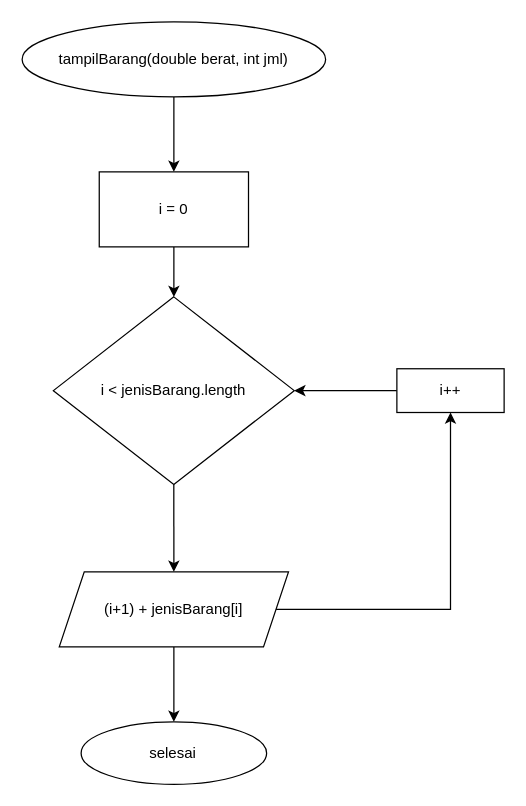
This is page "tampil" (2 of 3) of fiturBarang().drawio from Diaputr/tugas-besar, a draw.io file, before an edit. Source tidied: cells renumbered, new cells numbered last; positions are measured from the earlier drawing's top-left corner, leaving out a move shared by most shapes. Both pictures are drawn from the tidied source at 125%, with x=0, y=0 at pixel (21, 21).
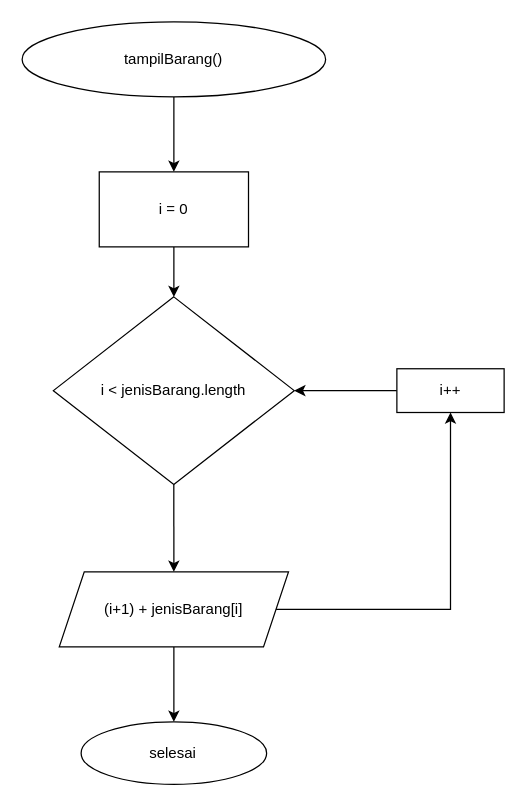
Above is the later version.

Diff of the diagram source:
```diff
@@
 <mxGraphModel>
   <root>
     <mxCell id="0" />
     <mxCell id="1" parent="0" />
     <mxCell id="2" style="edgeStyle=orthogonalEdgeStyle;rounded=0;jettySize=auto;html=1;" parent="1" edge="1" source="3" target="5">
       <mxGeometry relative="1" as="geometry" />
     </mxCell>
-    <mxCell id="3" value="tampilBarang(double berat, int jml)" style="ellipse;whiteSpace=wrap;html=1;" parent="1" vertex="1">
+    <mxCell id="3" value="tampilBarang()" style="ellipse;whiteSpace=wrap;html=1;" parent="1" vertex="1">
       <mxGeometry x="0.2" width="242.8" height="60" as="geometry" />
     </mxCell>
     <mxCell id="4" style="edgeStyle=orthogonalEdgeStyle;rounded=0;jettySize=auto;html=1;" parent="1" edge="1" source="5" target="7">
       <mxGeometry relative="1" as="geometry" />
     </mxCell>
     <mxCell id="5" value="i = 0" style="whiteSpace=wrap;html=1;" parent="1" vertex="1">
       <mxGeometry x="61.9" y="120" width="119.4" height="60" as="geometry" />
     </mxCell>
     <mxCell id="6" style="edgeStyle=orthogonalEdgeStyle;rounded=0;jettySize=auto;html=1;exitX=0.5;exitY=1;exitDx=0;exitDy=0;entryX=0.5;entryY=0;entryDx=0;entryDy=0;" parent="1" edge="1" source="7" target="12">
       <mxGeometry relative="1" as="geometry" />
     </mxCell>
     <mxCell id="7" value="i &amp;lt; jenisBarang.length" style="rhombus;whiteSpace=wrap;html=1;" parent="1" vertex="1">
       <mxGeometry x="25.2" y="220" width="192.7" height="150" as="geometry" />
     </mxCell>
     <mxCell id="8" style="edgeStyle=orthogonalEdgeStyle;rounded=0;jettySize=auto;html=1;exitX=0;exitY=0.5;exitDx=0;exitDy=0;" parent="1" edge="1" source="9" target="7">
       <mxGeometry relative="1" as="geometry" />
     </mxCell>
     <mxCell id="9" value="i++" style="whiteSpace=wrap;html=1;" parent="1" vertex="1">
       <mxGeometry x="300" y="277.5" width="85.8" height="35" as="geometry" />
     </mxCell>
     <mxCell id="10" style="edgeStyle=orthogonalEdgeStyle;rounded=0;jettySize=auto;html=1;exitX=1;exitY=0.5;exitDx=0;exitDy=0;entryX=0.5;entryY=1;entryDx=0;entryDy=0;" parent="1" edge="1" source="12" target="9">
       <mxGeometry relative="1" as="geometry" />
     </mxCell>
     <mxCell id="11" style="edgeStyle=orthogonalEdgeStyle;rounded=0;jettySize=auto;html=1;" parent="1" edge="1" source="12" target="13">
       <mxGeometry relative="1" as="geometry" />
     </mxCell>
     <mxCell id="12" value="(i+1) + jenisBarang[i]" style="shape=parallelogram;perimeter=parallelogramPerimeter;whiteSpace=wrap;html=1;fixedSize=1;" parent="1" vertex="1">
       <mxGeometry x="29.9" y="440" width="183.4" height="60" as="geometry" />
     </mxCell>
     <mxCell id="13" value="selesai" style="ellipse;whiteSpace=wrap;html=1;" parent="1" vertex="1">
       <mxGeometry x="47.4" y="560" width="148.4" height="50" as="geometry" />
     </mxCell>
   </root>
 </mxGraphModel>
```
